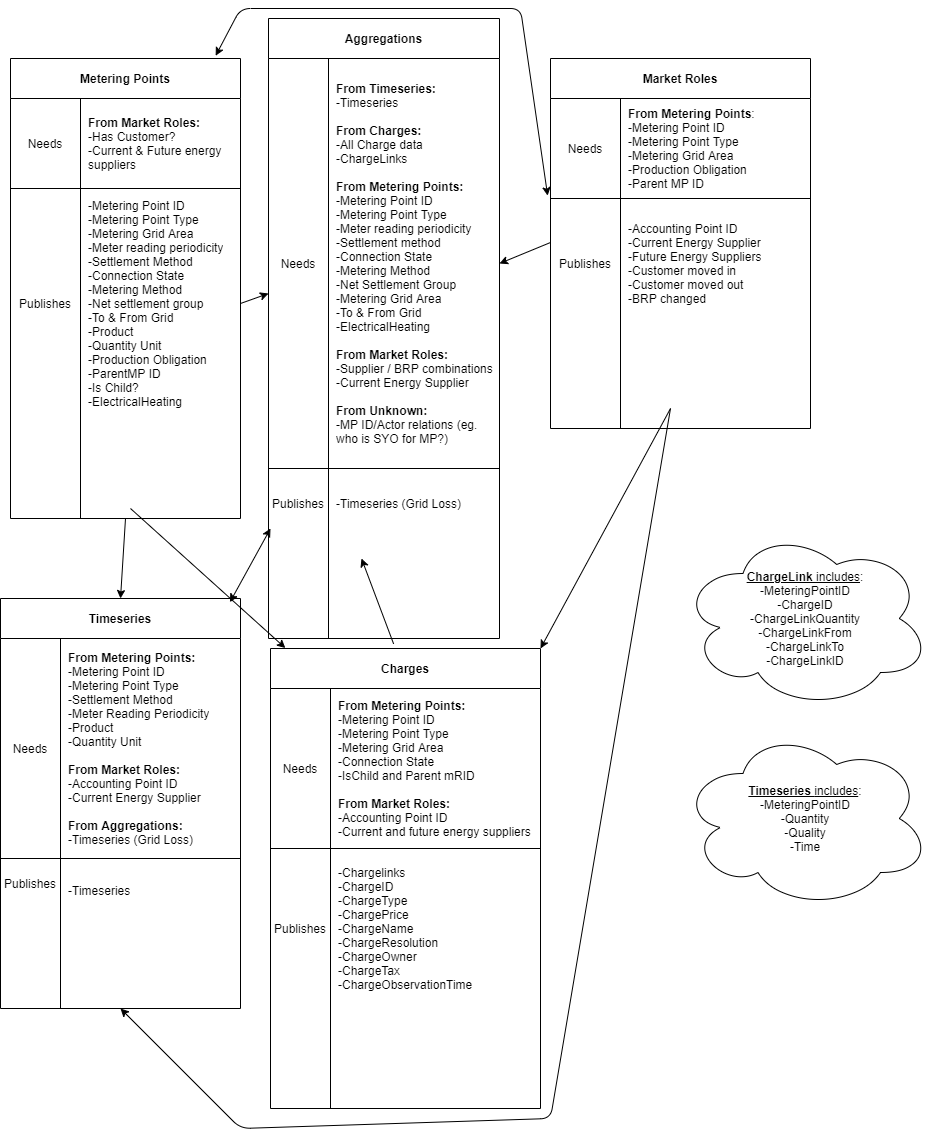
Before: images/DataflowsDH3.png, a diagram exported from draw.io (Energinet-DataHub/green-energy-hub). Source tidied: cells renumbered, new cells last; positions are measured from the earlier drawing's top-left corner, leaving out a move shared by most shapes.
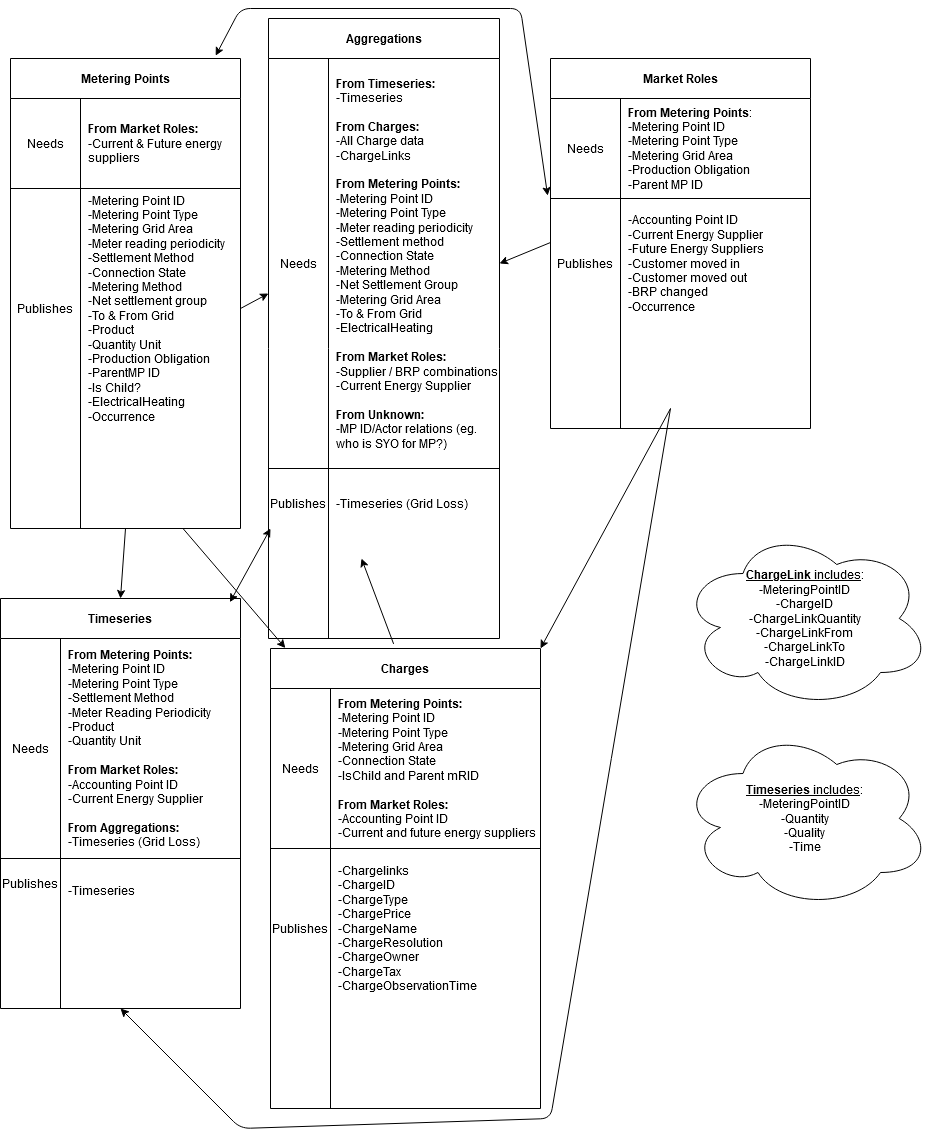
The same diagram one commit later.

Commit message:
Add occurrence to MP and Market roles, remove has customer for MP

The edit, as a diff of the source:
```diff
@@ -3,7 +3,7 @@
     <mxCell id="0" />
     <mxCell id="1" parent="0" />
     <mxCell id="2" value="Metering Points" style="shape=table;html=1;whiteSpace=wrap;startSize=40;rowLines=0;fontStyle=1;align=center;" parent="1" vertex="1">
-      <mxGeometry x="10" y="50" width="230" height="460" as="geometry" />
+      <mxGeometry x="10" y="50" width="230" height="470" as="geometry" />
     </mxCell>
     <mxCell id="3" style="shape=partialRectangle;html=1;whiteSpace=wrap;fillColor=none;top=0;left=0;bottom=1;right=0;" parent="2" vertex="1">
       <mxGeometry y="40" width="230" height="90" as="geometry" />
@@ -11,17 +11,17 @@
     <mxCell id="4" value="Needs" style="shape=partialRectangle;html=1;whiteSpace=wrap;fillColor=none;top=0;left=0;bottom=0;right=0;overflow=hidden;" parent="3" vertex="1">
       <mxGeometry width="70" height="90" as="geometry" />
     </mxCell>
-    <mxCell id="5" value="&lt;b&gt;From Market Roles:&lt;/b&gt;&lt;br&gt;-Has Customer?&lt;br&gt;-Current &amp;amp; Future energy suppliers" style="shape=partialRectangle;html=1;whiteSpace=wrap;fillColor=none;top=0;left=0;bottom=0;right=0;align=left;spacingLeft=6;overflow=hidden;" parent="3" vertex="1">
+    <mxCell id="5" value="&lt;b&gt;From Market Roles:&lt;/b&gt;&lt;br&gt;-Current &amp;amp; Future energy suppliers" style="shape=partialRectangle;html=1;whiteSpace=wrap;fillColor=none;top=0;left=0;bottom=0;right=0;align=left;spacingLeft=6;overflow=hidden;" parent="3" vertex="1">
       <mxGeometry x="70" width="160" height="90" as="geometry" />
     </mxCell>
     <mxCell id="6" style="shape=partialRectangle;html=1;whiteSpace=wrap;fillColor=none;top=0;left=0;bottom=0;right=0;points=[[0,0.5],[1,0.5]];portConstraint=eastwest;" parent="2" vertex="1">
-      <mxGeometry y="130" width="230" height="230" as="geometry" />
+      <mxGeometry y="130" width="230" height="240" as="geometry" />
     </mxCell>
     <mxCell id="7" value="Publishes" style="shape=partialRectangle;html=1;whiteSpace=wrap;fillColor=none;top=0;left=0;bottom=0;right=0;overflow=hidden;" parent="6" vertex="1">
-      <mxGeometry width="70" height="230" as="geometry" />
+      <mxGeometry width="70" height="240" as="geometry" />
     </mxCell>
-    <mxCell id="8" value="-Metering Point ID&lt;br&gt;-Metering Point Type&lt;br&gt;-Metering Grid Area&lt;br&gt;-Meter reading periodicity&lt;br&gt;-Settlement Method&lt;br&gt;-Connection State&lt;br&gt;-Metering Method&lt;br&gt;-Net settlement group&lt;br&gt;-To &amp;amp; From Grid&lt;br&gt;-Product&lt;br&gt;-Quantity Unit&lt;br&gt;-Production Obligation&lt;br&gt;-ParentMP ID&lt;br&gt;-Is Child?&lt;br&gt;-ElectricalHeating" style="shape=partialRectangle;html=1;whiteSpace=wrap;fillColor=none;top=0;left=0;bottom=0;right=0;align=left;spacingLeft=6;overflow=hidden;" parent="6" vertex="1">
-      <mxGeometry x="70" width="160" height="230" as="geometry" />
+    <mxCell id="8" value="-Metering Point ID&lt;br&gt;-Metering Point Type&lt;br&gt;-Metering Grid Area&lt;br&gt;-Meter reading periodicity&lt;br&gt;-Settlement Method&lt;br&gt;-Connection State&lt;br&gt;-Metering Method&lt;br&gt;-Net settlement group&lt;br&gt;-To &amp;amp; From Grid&lt;br&gt;-Product&lt;br&gt;-Quantity Unit&lt;br&gt;-Production Obligation&lt;br&gt;-ParentMP ID&lt;br&gt;-Is Child?&lt;br&gt;&lt;div&gt;-ElectricalHeating&lt;/div&gt;&lt;div&gt;-Occurrence&lt;br&gt;&lt;/div&gt;" style="shape=partialRectangle;html=1;whiteSpace=wrap;fillColor=none;top=0;left=0;bottom=0;right=0;align=left;spacingLeft=6;overflow=hidden;" parent="6" vertex="1">
+      <mxGeometry x="70" width="160" height="240" as="geometry" />
     </mxCell>
     <mxCell id="9" value="Aggregations" style="shape=table;html=1;whiteSpace=wrap;startSize=40;rowLines=0;fontStyle=1;align=center;" parent="1" vertex="1">
       <mxGeometry x="268" y="10" width="231" height="620" as="geometry" />
@@ -62,7 +62,7 @@
     <mxCell id="21" value="Publishes" style="shape=partialRectangle;html=1;whiteSpace=wrap;fillColor=none;top=0;left=0;bottom=0;right=0;overflow=hidden;" parent="20" vertex="1">
       <mxGeometry width="70" height="130" as="geometry" />
     </mxCell>
-    <mxCell id="22" value="-Accounting Point ID&lt;br&gt;-Current Energy Supplier&lt;br&gt;-Future Energy Suppliers&lt;br&gt;-Customer moved in&lt;br&gt;-Customer moved out&lt;br&gt;-BRP changed" style="shape=partialRectangle;html=1;whiteSpace=wrap;fillColor=none;top=0;left=0;bottom=0;right=0;align=left;spacingLeft=6;overflow=hidden;" parent="20" vertex="1">
+    <mxCell id="22" value="-Accounting Point ID&lt;br&gt;-Current Energy Supplier&lt;br&gt;-Future Energy Suppliers&lt;br&gt;-Customer moved in&lt;br&gt;-Customer moved out&lt;br&gt;&lt;div&gt;-BRP changed&lt;/div&gt;&lt;div&gt;-Occurrence&lt;/div&gt;" style="shape=partialRectangle;html=1;whiteSpace=wrap;fillColor=none;top=0;left=0;bottom=0;right=0;align=left;spacingLeft=6;overflow=hidden;" parent="20" vertex="1">
       <mxGeometry x="70" width="190" height="130" as="geometry" />
     </mxCell>
     <mxCell id="23" value="Timeseries" style="shape=table;html=1;whiteSpace=wrap;startSize=40;rowLines=0;fontStyle=1;align=center;" parent="1" vertex="1">
@@ -138,10 +138,8 @@
     <mxCell id="42" style="endArrow=classic;html=1;exitX=0.5;exitY=1;exitDx=0;exitDy=0;entryX=0.5;entryY=0;entryDx=0;entryDy=0;" parent="1" edge="1" source="2" target="23">
       <mxGeometry relative="1" as="geometry" />
     </mxCell>
-    <mxCell id="43" style="endArrow=classic;html=1;entryX=0.055;entryY=-0.001;entryDx=0;entryDy=0;entryPerimeter=0;" parent="1" edge="1" target="30">
-      <mxGeometry relative="1" as="geometry">
-        <mxPoint x="130" y="500" as="sourcePoint" />
-      </mxGeometry>
+    <mxCell id="43" style="endArrow=classic;html=1;entryX=0.055;entryY=-0.001;entryDx=0;entryDy=0;entryPerimeter=0;exitX=0.75;exitY=1;exitDx=0;exitDy=0;" parent="1" edge="1" source="2" target="30">
+      <mxGeometry relative="1" as="geometry" />
     </mxCell>
     <mxCell id="44" style="endArrow=classic;html=1;entryX=1;entryY=0;entryDx=0;entryDy=0;" parent="1" edge="1" target="30">
       <mxGeometry relative="1" as="geometry">
```
